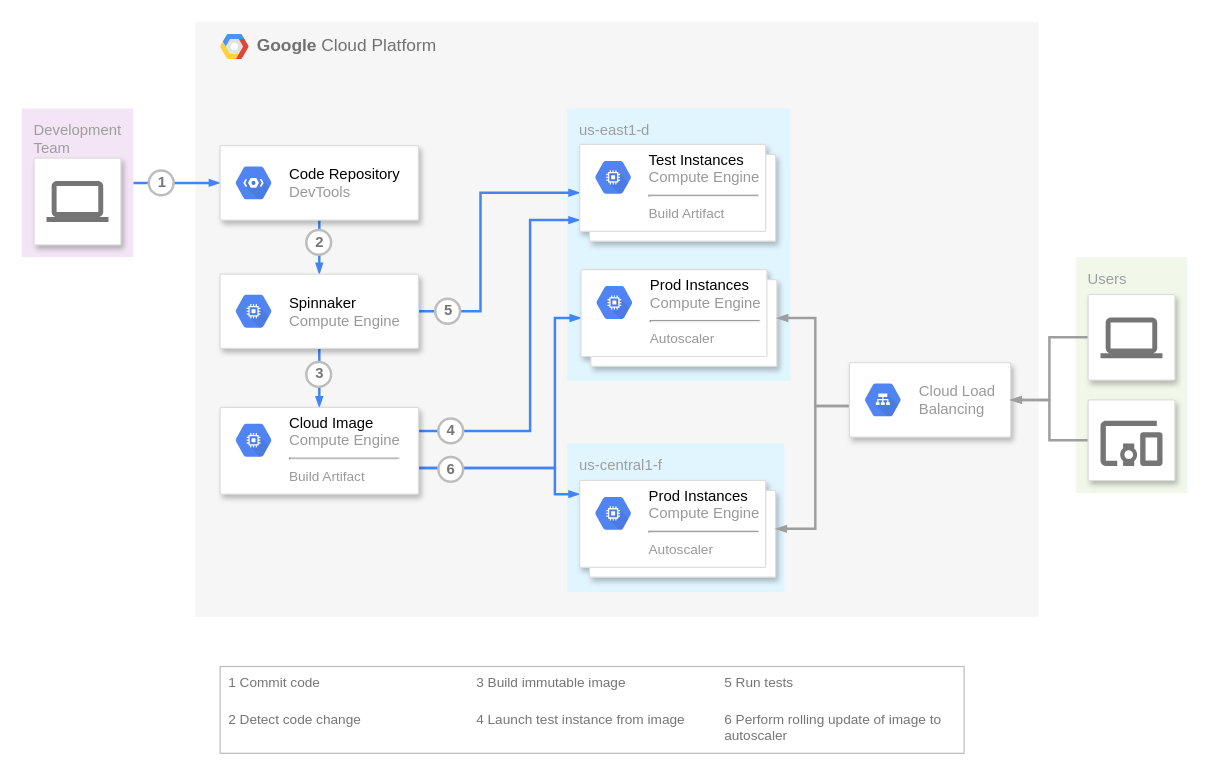
voregnev/configs keeps this draw.io diagram as Диаграмма без названия.drawio. Above is the earlier version. Source tidied: cells renumbered, new cells numbered last; positions are measured from the earlier drawing's top-left corner, leaving out a move shared by most shapes. Both pictures are drawn from the tidied source at 124%, with x=0, y=0 at pixel (21, 21).
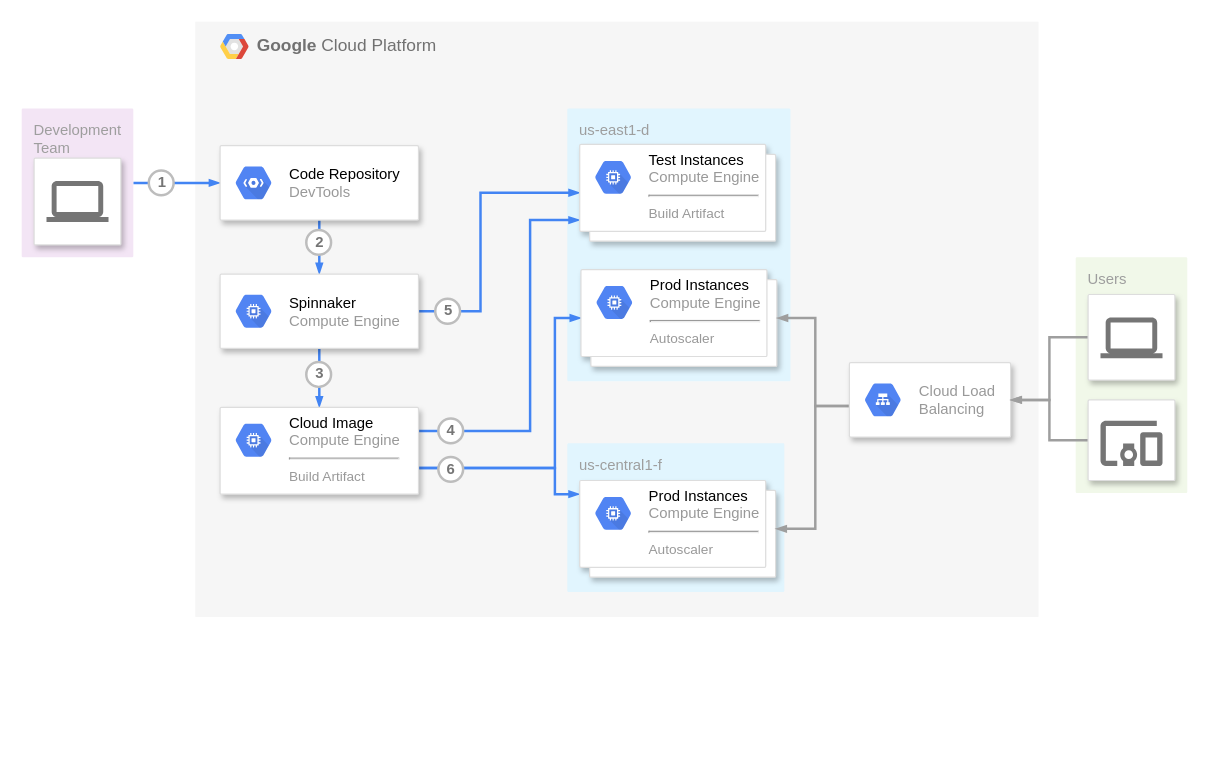
The same page after the edit.

What changed in the source:
```diff
@@
-    <mxCell id="45" style="fillColor=#ffffff;strokeColor=#BDBDBD;strokeWidth=1;shadow=0;gradientColor=none;fontSize=10;fontColor=#9E9E9E;align=center;html=1;" parent="1" vertex="1">
-      <mxGeometry x="160" y="520" width="600" height="70" as="geometry" />
-    </mxCell>
-    <mxCell id="46" value="1 Commit code" style="strokeColor=none;fillColor=none;fontColor=#757575;align=left;html=1;fontStyle=0;spacingLeft=5;fontSize=11;verticalAlign=top;whiteSpace=wrap;spacingRight=5;" parent="45" vertex="1">
-      <mxGeometry width="200" height="30" relative="1" as="geometry" />
-    </mxCell>
-    <mxCell id="47" value="2 Detect code change" style="strokeColor=none;fillColor=none;fontColor=#757575;align=left;html=1;fontStyle=0;spacingLeft=5;fontSize=11;verticalAlign=top;whiteSpace=wrap;spacingRight=5;" parent="45" vertex="1">
-      <mxGeometry width="200" height="30" relative="1" as="geometry">
-        <mxPoint y="30" as="offset" />
-      </mxGeometry>
-    </mxCell>
-    <mxCell id="48" value="3 Build immutable image" style="strokeColor=none;fillColor=none;fontColor=#757575;align=left;html=1;fontStyle=0;spacingLeft=5;fontSize=11;verticalAlign=top;whiteSpace=wrap;spacingRight=5;" parent="45" vertex="1">
-      <mxGeometry width="200" height="30" relative="1" as="geometry">
-        <mxPoint x="200" as="offset" />
-      </mxGeometry>
-    </mxCell>
-    <mxCell id="49" value="4 Launch test instance from image" style="strokeColor=none;fillColor=none;fontColor=#757575;align=left;html=1;fontStyle=0;spacingLeft=5;fontSize=11;verticalAlign=top;whiteSpace=wrap;spacingRight=5;" parent="45" vertex="1">
-      <mxGeometry width="200" height="30" relative="1" as="geometry">
-        <mxPoint x="200" y="30" as="offset" />
-      </mxGeometry>
-    </mxCell>
-    <mxCell id="50" value="5 Run tests" style="strokeColor=none;fillColor=none;fontColor=#757575;align=left;html=1;fontStyle=0;spacingLeft=5;fontSize=11;verticalAlign=top;whiteSpace=wrap;spacingRight=5;" parent="45" vertex="1">
-      <mxGeometry width="200" height="30" relative="1" as="geometry">
-        <mxPoint x="400" as="offset" />
-      </mxGeometry>
-    </mxCell>
-    <mxCell id="51" value="6 Perform rolling update of image to autoscaler" style="strokeColor=none;fillColor=none;fontColor=#757575;align=left;html=1;fontStyle=0;spacingLeft=5;fontSize=11;verticalAlign=top;whiteSpace=wrap;spacingRight=5;" parent="45" vertex="1">
-      <mxGeometry width="200" height="30" relative="1" as="geometry">
-        <mxPoint x="400" y="30" as="offset" />
-      </mxGeometry>
-    </mxCell>
```
